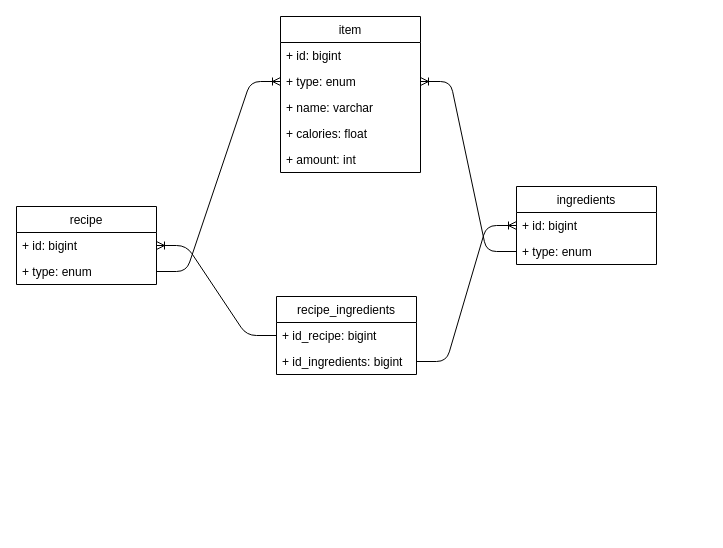
This is recipeSystem.drawio from anastasiaakimova/recipeSystem, a draw.io file, before an edit. Source tidied: cells renumbered, new cells numbered last; positions are measured from the earlier drawing's top-left corner, leaving out a move shared by most shapes. Both pictures are drawn from the tidied source at 100%, with x=0, y=0 at pixel (16, 16).
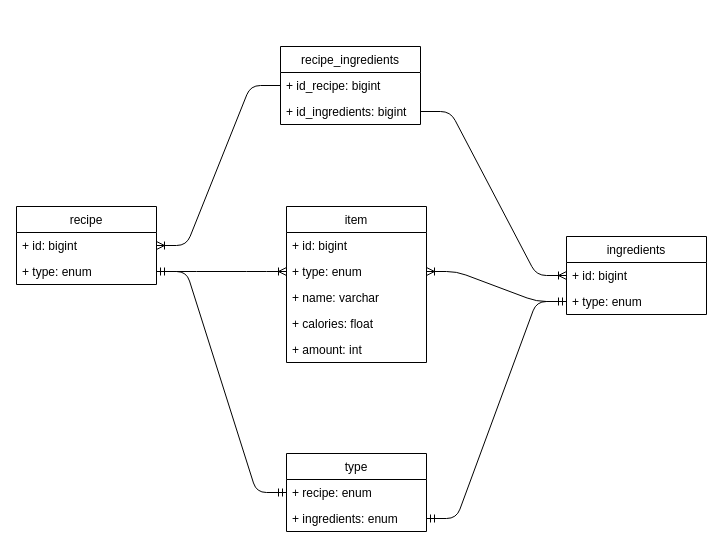
The same page after the edit.

Unchanged cells that the change refers to:
```xml
<mxCell id="5" value="+ type: enum" style="text;strokeColor=none;fillColor=none;align=left;verticalAlign=top;spacingLeft=4;spacingRight=4;overflow=hidden;points=[[0,0.5],[1,0.5]];portConstraint=eastwest;" parent="3" vertex="1">
  <mxGeometry y="52" width="140" height="26" as="geometry" />
</mxCell>
<mxCell id="8" value="+ type: enum" style="text;strokeColor=none;fillColor=none;align=left;verticalAlign=top;spacingLeft=4;spacingRight=4;overflow=hidden;points=[[0,0.5],[1,0.5]];portConstraint=eastwest;" parent="6" vertex="1">
  <mxGeometry y="52" width="140" height="26" as="geometry" />
</mxCell>
```

Change to the diagram source:
```diff
@@
     <mxCell id="6" value="ingredients" style="swimlane;fontStyle=0;horizontal=1;startSize=26;fillColor=none;" parent="1" vertex="1">
-      <mxGeometry x="500" y="170" width="140" height="78" as="geometry" />
+      <mxGeometry x="550" y="220" width="140" height="78" as="geometry" />
     </mxCell>
@@
     <mxCell id="9" value="recipe_ingredients" style="swimlane;fontStyle=0;horizontal=1;startSize=26;fillColor=none;" parent="1" vertex="1">
-      <mxGeometry x="260" y="280" width="140" height="78" as="geometry" />
+      <mxGeometry x="264" y="30" width="140" height="78" as="geometry" />
     </mxCell>
@@
     <mxCell id="14" value="item" style="swimlane;fontStyle=0;horizontal=1;startSize=26;fillColor=none;" parent="1" vertex="1">
-      <mxGeometry x="264" width="140" height="156" as="geometry" />
+      <mxGeometry x="270" y="190" width="140" height="156" as="geometry" />
     </mxCell>
@@
+    <mxCell id="21" value="type" style="swimlane;fontStyle=0;horizontal=1;startSize=26;fillColor=none;" parent="1" vertex="1">
+      <mxGeometry x="270" y="437" width="140" height="78" as="geometry" />
+    </mxCell>
+    <mxCell id="22" value="+ recipe: enum" style="text;strokeColor=none;fillColor=none;align=left;verticalAlign=top;spacingLeft=4;spacingRight=4;overflow=hidden;points=[[0,0.5],[1,0.5]];portConstraint=eastwest;" parent="21" vertex="1">
+      <mxGeometry y="26" width="140" height="26" as="geometry" />
+    </mxCell>
+    <mxCell id="23" value="+ ingredients: enum" style="text;strokeColor=none;fillColor=none;align=left;verticalAlign=top;spacingLeft=4;spacingRight=4;overflow=hidden;points=[[0,0.5],[1,0.5]];portConstraint=eastwest;" parent="21" vertex="1">
+      <mxGeometry y="52" width="140" height="26" as="geometry" />
+    </mxCell>
+    <mxCell id="24" style="edgeStyle=entityRelationEdgeStyle;fontSize=12;html=1;endArrow=ERmandOne;startArrow=ERmandOne;" parent="1" edge="1" source="5" target="22">
+      <mxGeometry relative="1" as="geometry" />
+    </mxCell>
+    <mxCell id="25" style="edgeStyle=entityRelationEdgeStyle;fontSize=12;html=1;endArrow=ERmandOne;startArrow=ERmandOne;" parent="1" edge="1" source="23" target="8">
+      <mxGeometry relative="1" as="geometry" />
+    </mxCell>
```
